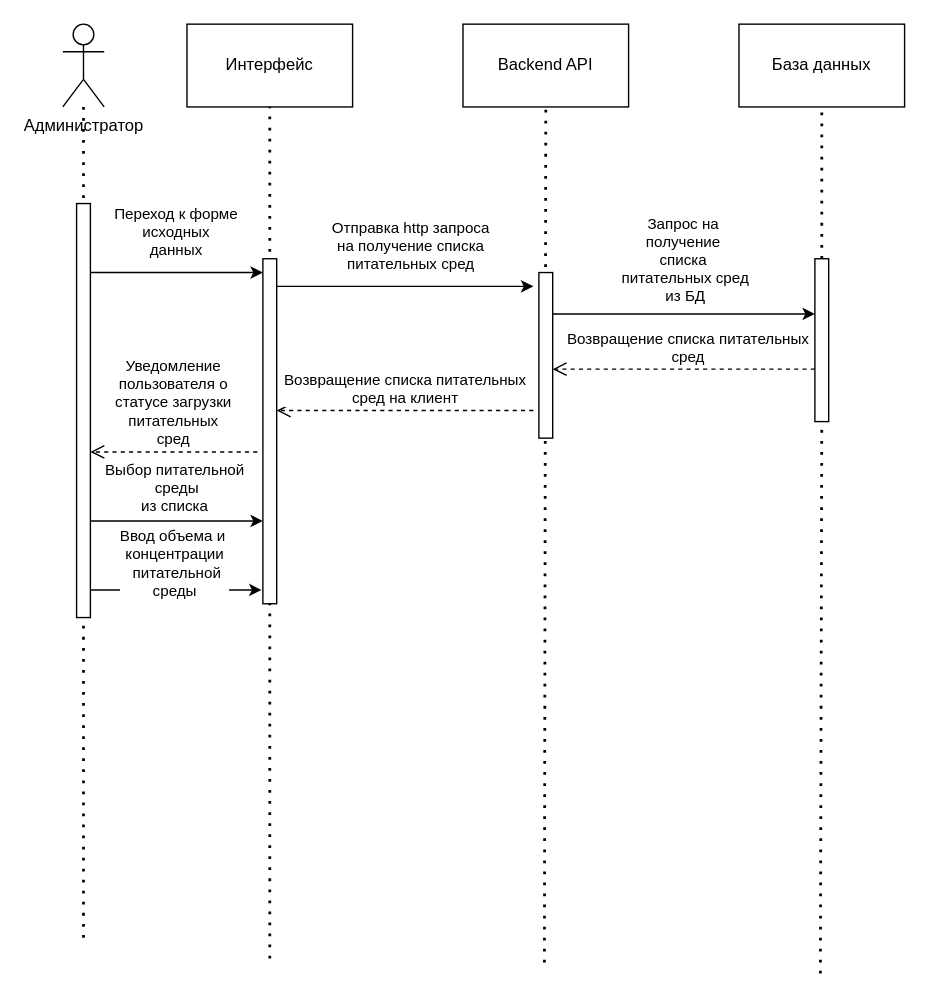
eva01pilot/plant-tissue-diagrams keeps this draw.io diagram as sequence_input-calculate.drawio. Above is the earlier version. Source tidied: cells renumbered, new cells numbered last; positions are measured from the earlier drawing's top-left corner, leaving out a move shared by most shapes. Both pictures are drawn from the tidied source at 138%, with x=0, y=0 at pixel (62, 23).
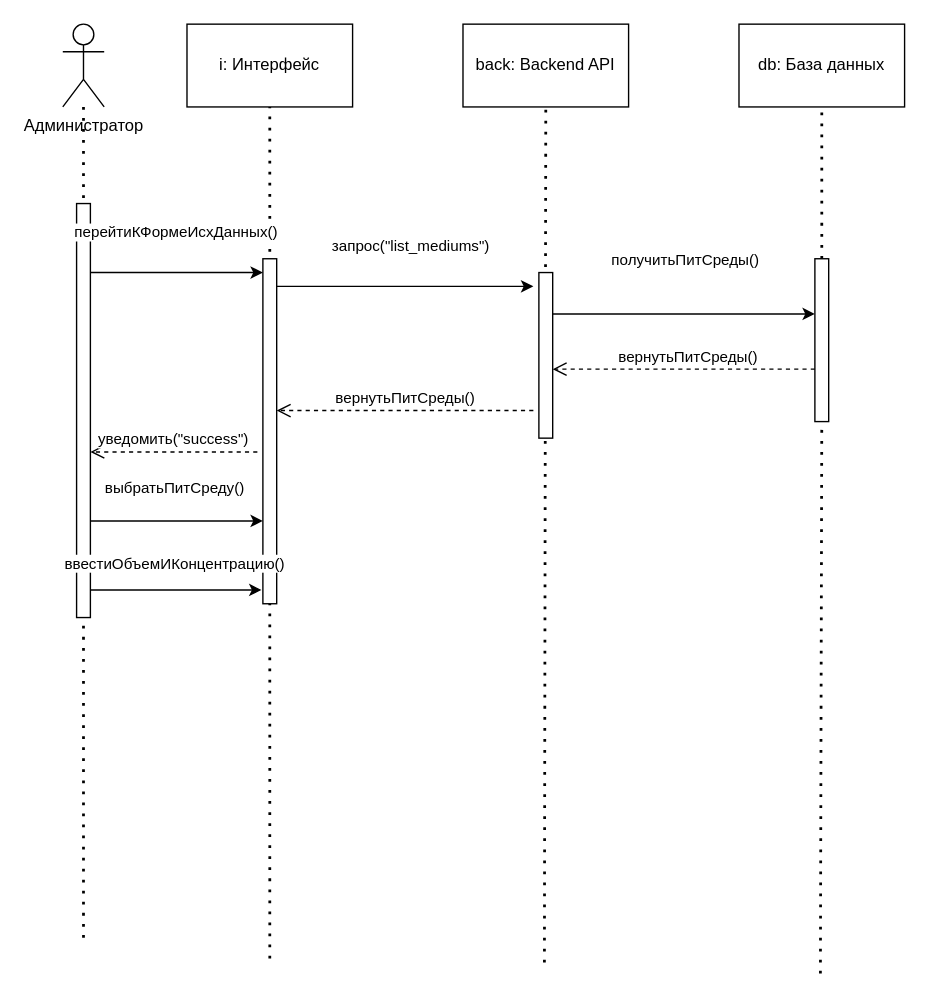
Above is the later version.

The change refers to these unchanged cells:
```xml
<mxCell id="8" style="html=1;points=[[0,0,0,0,5],[0,1,0,0,-5],[1,0,0,0,5],[1,1,0,0,-5]];perimeter=orthogonalPerimeter;outlineConnect=0;targetShapes=umlLifeline;portConstraint=eastwest;newEdgeStyle={&quot;curved&quot;:0,&quot;rounded&quot;:0};" parent="1" vertex="1">
  <mxGeometry x="10" y="130" width="10" height="300" as="geometry" />
</mxCell>
<mxCell id="9" style="html=1;points=[[0,0,0,0,5],[0,1,0,0,-5],[1,0,0,0,5],[1,1,0,0,-5]];perimeter=orthogonalPerimeter;outlineConnect=0;targetShapes=umlLifeline;portConstraint=eastwest;newEdgeStyle={&quot;curved&quot;:0,&quot;rounded&quot;:0};" parent="1" vertex="1">
  <mxGeometry x="145" y="170" width="10" height="250" as="geometry" />
</mxCell>
<mxCell id="11" style="html=1;points=[[0,0,0,0,5],[0,1,0,0,-5],[1,0,0,0,5],[1,1,0,0,-5]];perimeter=orthogonalPerimeter;outlineConnect=0;targetShapes=umlLifeline;portConstraint=eastwest;newEdgeStyle={&quot;curved&quot;:0,&quot;rounded&quot;:0};" parent="1" vertex="1">
  <mxGeometry x="345" y="180" width="10" height="120" as="geometry" />
</mxCell>
<mxCell id="13" style="endArrow=classic;html=1;rounded=0;" parent="1" edge="1" source="8" target="9">
  <mxGeometry relative="1" as="geometry">
    <Array as="points">
      <mxPoint x="111" y="180" />
    </Array>
  </mxGeometry>
</mxCell>
<mxCell id="15" style="endArrow=classic;html=1;rounded=0;" parent="1" edge="1">
  <mxGeometry relative="1" as="geometry">
    <mxPoint x="155" y="190" as="sourcePoint" />
    <mxPoint x="341" y="190" as="targetPoint" />
  </mxGeometry>
</mxCell>
<mxCell id="17" style="endArrow=classic;html=1;rounded=0;" parent="1" edge="1">
  <mxGeometry relative="1" as="geometry">
    <mxPoint x="355" y="210" as="sourcePoint" />
    <mxPoint x="545" y="210" as="targetPoint" />
  </mxGeometry>
</mxCell>
<mxCell id="22" style="endArrow=classic;html=1;rounded=0;" parent="1" edge="1">
  <mxGeometry relative="1" as="geometry">
    <mxPoint x="20" y="360" as="sourcePoint" />
    <mxPoint x="145" y="360" as="targetPoint" />
  </mxGeometry>
</mxCell>
<mxCell id="24" style="endArrow=classic;html=1;rounded=0;exitX=1.1;exitY=0.718;exitDx=0;exitDy=0;exitPerimeter=0;" parent="1" edge="1">
  <mxGeometry relative="1" as="geometry">
    <mxPoint x="20" y="410" as="sourcePoint" />
    <mxPoint x="144" y="410" as="targetPoint" />
  </mxGeometry>
</mxCell>
```

Diff of the diagram source:
```diff
@@
-    <mxCell id="7" value="Интерфейс" style="rounded=0;whiteSpace=wrap;html=1;" parent="1" vertex="1">
+    <mxCell id="7" value="i: Интерфейс" style="rounded=0;whiteSpace=wrap;html=1;" parent="1" vertex="1">
       <mxGeometry x="90" width="120" height="60" as="geometry" />
     </mxCell>
@@
-    <mxCell id="10" value="Backend API" style="rounded=0;whiteSpace=wrap;html=1;" parent="1" vertex="1">
+    <mxCell id="10" value="back: Backend API" style="rounded=0;whiteSpace=wrap;html=1;" parent="1" vertex="1">
       <mxGeometry x="290" width="120" height="60" as="geometry" />
     </mxCell>
@@
-    <mxCell id="12" value="База данных" style="rounded=0;whiteSpace=wrap;html=1;" parent="1" vertex="1">
+    <mxCell id="12" value="db: База данных" style="rounded=0;whiteSpace=wrap;html=1;" parent="1" vertex="1">
       <mxGeometry x="490" width="120" height="60" as="geometry" />
     </mxCell>
@@
-    <mxCell id="14" value="&lt;div&gt;Переход к форме&lt;/div&gt;&lt;div&gt;исходных&lt;/div&gt;&lt;div&gt;данных&lt;br&gt;&lt;/div&gt;" style="edgeLabel;html=1;align=center;verticalAlign=middle;" parent="13" vertex="1">
+    <mxCell id="14" value="перейтиКФормеИсхДанных()" style="edgeLabel;html=1;align=center;verticalAlign=middle;" parent="13" vertex="1">
       <mxGeometry x="0.2" y="-2" relative="1" as="geometry">
         <mxPoint x="-14" y="-32" as="offset" />
       </mxGeometry>
     </mxCell>
@@
-    <mxCell id="16" value="&lt;div&gt;Отправка http запроса&lt;/div&gt;&lt;div&gt;на получение списка&lt;/div&gt;&lt;div&gt;питательных сред&lt;br&gt;&lt;/div&gt;" style="edgeLabel;html=1;align=center;verticalAlign=middle;" parent="15" vertex="1">
+    <mxCell id="16" value="запрос(&quot;list_mediums&quot;)" style="edgeLabel;html=1;align=center;verticalAlign=middle;" parent="15" vertex="1">
       <mxGeometry x="0.19" y="1" relative="1" as="geometry">
         <mxPoint x="-15" y="-29" as="offset" />
       </mxGeometry>
     </mxCell>
@@
-    <mxCell id="18" value="&lt;div&gt;Запрос на&amp;nbsp;&lt;/div&gt;&lt;div&gt;получение&amp;nbsp;&lt;/div&gt;&lt;div&gt;списка&amp;nbsp;&lt;/div&gt;&lt;div&gt;питательных сред&lt;/div&gt;&lt;div&gt;из БД&lt;br&gt;&lt;/div&gt;" style="edgeLabel;html=1;align=center;verticalAlign=middle;" parent="17" vertex="1">
+    <mxCell id="18" value="получитьПитСреды()" style="edgeLabel;html=1;align=center;verticalAlign=middle;" parent="17" vertex="1">
       <mxGeometry x="-0.11" y="-2" relative="1" as="geometry">
         <mxPoint x="10" y="-42" as="offset" />
       </mxGeometry>
     </mxCell>
-    <mxCell id="19" value="&lt;div&gt;Возвращение списка питательных&lt;/div&gt;&lt;div&gt;сред&lt;br&gt;&lt;/div&gt;" style="html=1;verticalAlign=bottom;endArrow=open;dashed=1;endSize=8;curved=0;rounded=0;" parent="1" edge="1" target="11">
+    <mxCell id="19" value="вернутьПитСреды()" style="html=1;verticalAlign=bottom;endArrow=open;dashed=1;endSize=8;curved=0;rounded=0;" parent="1" edge="1" target="11">
       <mxGeometry relative="1" as="geometry">
         <mxPoint x="551" y="250" as="sourcePoint" />
       </mxGeometry>
     </mxCell>
-    <mxCell id="20" value="&lt;div&gt;Возвращение списка питательных&lt;/div&gt;&lt;div&gt;сред на клиент&lt;br&gt;&lt;/div&gt;" style="html=1;verticalAlign=bottom;endArrow=open;dashed=1;endSize=8;curved=0;rounded=0;" parent="1" edge="1" target="9">
+    <mxCell id="20" value="вернутьПитСреды()" style="html=1;verticalAlign=bottom;endArrow=open;dashed=1;endSize=8;curved=0;rounded=0;" parent="1" edge="1" target="9">
       <mxGeometry relative="1" as="geometry">
         <mxPoint x="341" y="280" as="sourcePoint" />
       </mxGeometry>
     </mxCell>
-    <mxCell id="21" value="&lt;div&gt;Уведомление&lt;/div&gt;&lt;div&gt;пользователя о&lt;/div&gt;&lt;div&gt;статусе загрузки&lt;/div&gt;&lt;div&gt;питательных&lt;/div&gt;&lt;div&gt;сред&lt;br&gt;&lt;/div&gt;" style="html=1;verticalAlign=bottom;endArrow=open;dashed=1;endSize=8;curved=0;rounded=0;" parent="1" edge="1" target="8">
+    <mxCell id="21" value="уведомить(&quot;success&quot;)" style="html=1;verticalAlign=bottom;endArrow=open;dashed=1;endSize=8;curved=0;rounded=0;" parent="1" edge="1" target="8">
       <mxGeometry relative="1" as="geometry">
         <mxPoint x="141" y="310" as="sourcePoint" />
       </mxGeometry>
     </mxCell>
@@
-    <mxCell id="23" value="&lt;div&gt;Выбор питательной&lt;/div&gt;&lt;div&gt;&amp;nbsp;среды&lt;/div&gt;&lt;div&gt;из списка&lt;br&gt;&lt;/div&gt;" style="edgeLabel;html=1;align=center;verticalAlign=middle;" parent="22" vertex="1">
+    <mxCell id="23" value="выбратьПитСреду()" style="edgeLabel;html=1;align=center;verticalAlign=middle;" parent="22" vertex="1">
       <mxGeometry x="0.22" y="1" relative="1" as="geometry">
         <mxPoint x="-16" y="-24" as="offset" />
       </mxGeometry>
     </mxCell>
@@
-    <mxCell id="25" value="&lt;div&gt;Ввод объема и&amp;nbsp;&lt;/div&gt;&lt;div&gt;концентрации&lt;/div&gt;&lt;div&gt;&amp;nbsp;питательной&lt;/div&gt;&lt;div&gt;среды&lt;br&gt;&lt;/div&gt;" style="edgeLabel;html=1;align=center;verticalAlign=middle;" parent="24" vertex="1">
+    <mxCell id="25" value="ввестиОбъемИКонцентрацию()" style="edgeLabel;html=1;align=center;verticalAlign=middle;" parent="24" vertex="1">
       <mxGeometry x="-0.23" y="3" relative="1" as="geometry">
         <mxPoint x="12" y="-17" as="offset" />
       </mxGeometry>
     </mxCell>
```
